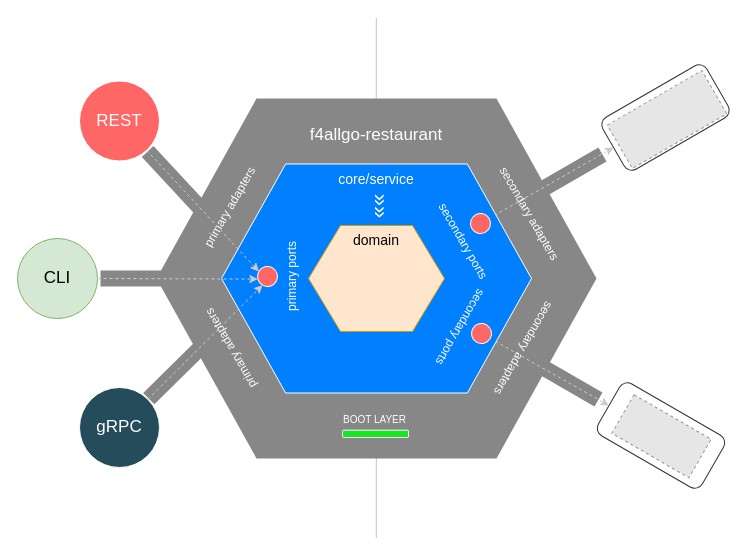
Above: assets/draw.io/f4allgo-restaurant-hex-architecture.drawio in 3rs4lg4d0/f4allgo-restaurant (draw.io), before the change. Source tidied: cells renumbered, new cells numbered last; positions are measured from the earlier drawing's top-left corner, leaving out a move shared by most shapes. Both pictures are drawn from the tidied source at 100%, with x=0, y=0 at pixel (17, 17). Pictures stored in the file or linked from it are replaced by grey dashed boxes.
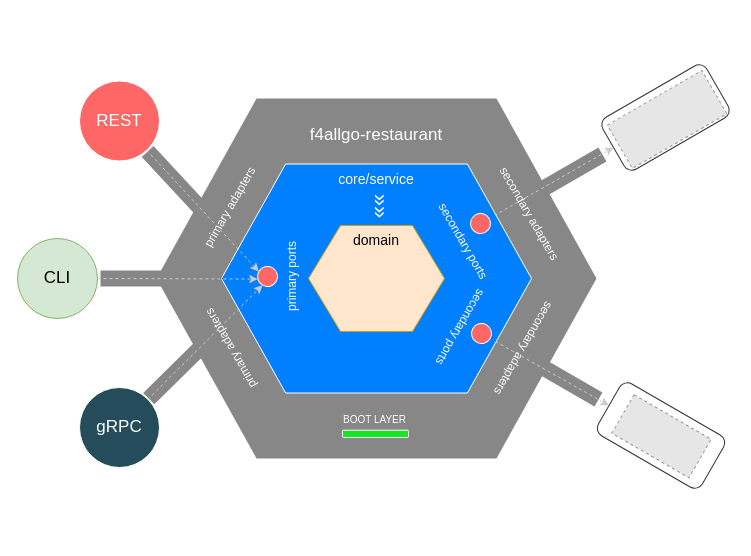
Above is the later version.

Commit message (it also covers changes not shown here):
docs: update diagram and fix typo

Change to the diagram source:
```diff
@@
-    <mxCell id="2" style="endArrow=none;html=1;rounded=0;dashed=1;dashPattern=1 1;strokeColor=#878787;" parent="1" edge="1">
-      <mxGeometry relative="1" as="geometry">
-        <mxPoint x="358.8" y="520" as="sourcePoint" />
-        <mxPoint x="358.8" as="targetPoint" />
-      </mxGeometry>
-    </mxCell>
```
